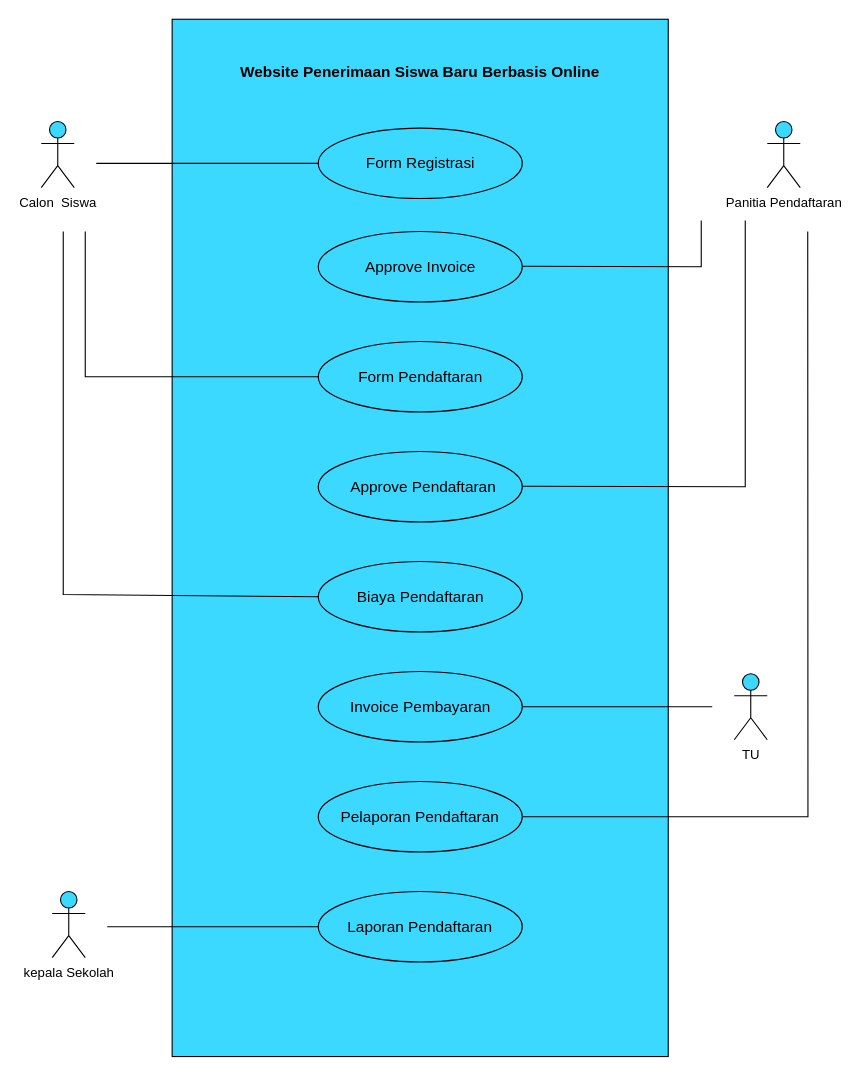
This is Diagram Tanpa Judul.drawio from danangsptro/register-vhs, a draw.io file, before an edit. Source tidied: cells renumbered, new cells numbered last; positions are measured from the earlier drawing's top-left corner, leaving out a move shared by most shapes. Both pictures are drawn from the tidied source at 110%, with x=0, y=0 at pixel (41, 19).
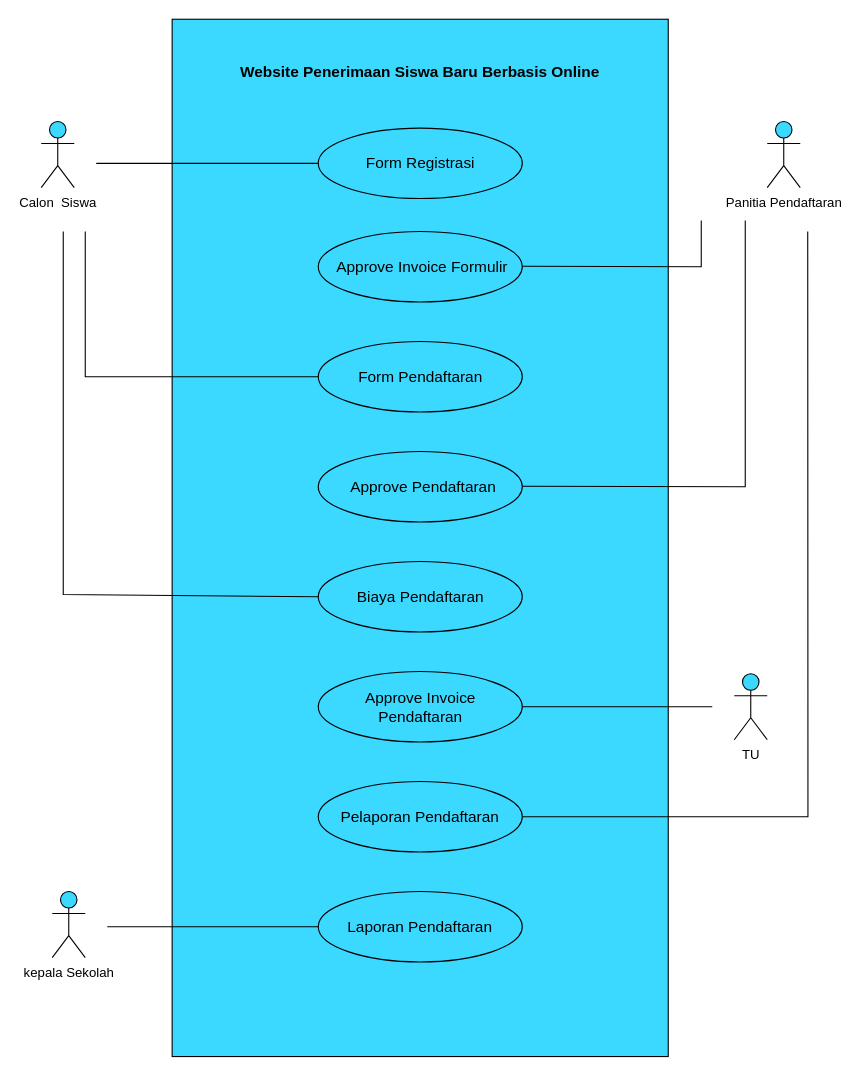
After the change.

Diff of the diagram source:
```diff
@@
-    <mxCell id="11" value="Approve Invoice" style="text;html=1;strokeColor=none;fillColor=none;align=center;verticalAlign=middle;whiteSpace=wrap;rounded=0;fontSize=14;" parent="1" vertex="1">
-      <mxGeometry x="271.5" y="210" width="146" height="30" as="geometry" />
+    <mxCell id="11" value="Approve Invoice Formulir" style="text;html=1;strokeColor=none;fillColor=none;align=center;verticalAlign=middle;whiteSpace=wrap;rounded=0;fontSize=14;" parent="1" vertex="1">
+      <mxGeometry x="256.5" y="210" width="178.5" height="30" as="geometry" />
     </mxCell>
@@
-    <mxCell id="22" value="Invoice Pembayaran" style="text;html=1;strokeColor=none;fillColor=none;align=center;verticalAlign=middle;whiteSpace=wrap;rounded=0;fontSize=14;" parent="1" vertex="1">
+    <mxCell id="22" value="Approve Invoice Pendaftaran" style="text;html=1;strokeColor=none;fillColor=none;align=center;verticalAlign=middle;whiteSpace=wrap;rounded=0;fontSize=14;" parent="1" vertex="1">
       <mxGeometry x="279.5" y="610" width="130" height="30" as="geometry" />
     </mxCell>
```
